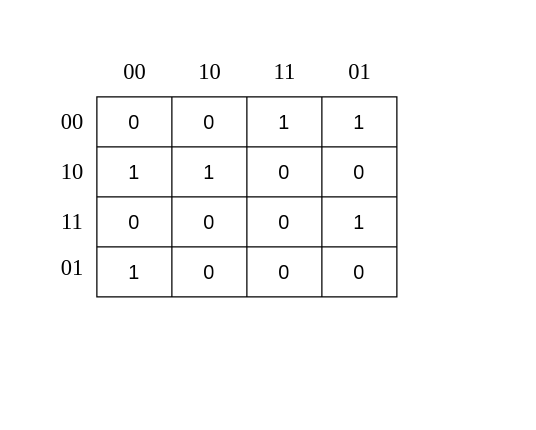
Above: page "6-8" (12 of 13) of exercise/chapter6/chapter6.drawio in Zebray03/discrete-mathematics-structure (draw.io), before the change. Source tidied: cells renumbered, new cells numbered last; positions are measured from the earlier drawing's top-left corner, leaving out a move shared by most shapes. Both pictures are drawn from the tidied source at 125%, with x=0, y=0 at pixel (46, 46).
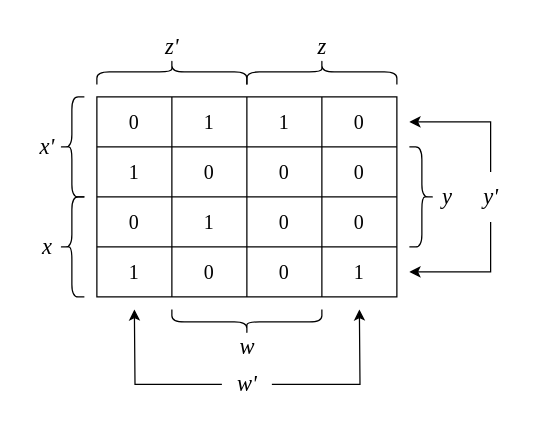
The same page after the edit.

Unchanged cells that the change refers to:
```xml
<mxCell id="3" style="shape=tableRow;horizontal=0;startSize=0;swimlaneHead=0;swimlaneBody=0;strokeColor=inherit;top=0;left=0;bottom=0;right=0;fillColor=none;fontSize=16;" parent="2" vertex="1">
  <mxGeometry width="240" height="40" as="geometry" />
</mxCell>
<mxCell id="8" style="shape=tableRow;horizontal=0;startSize=0;swimlaneHead=0;swimlaneBody=0;strokeColor=inherit;top=0;left=0;bottom=0;right=0;fillColor=none;fontSize=16;" parent="2" vertex="1">
  <mxGeometry y="40" width="240" height="40" as="geometry" />
</mxCell>
<mxCell id="13" style="shape=tableRow;horizontal=0;startSize=0;swimlaneHead=0;swimlaneBody=0;strokeColor=inherit;top=0;left=0;bottom=0;right=0;fillColor=none;fontSize=16;" parent="2" vertex="1">
  <mxGeometry y="80" width="240" height="40" as="geometry" />
</mxCell>
<mxCell id="18" style="shape=tableRow;horizontal=0;startSize=0;swimlaneHead=0;swimlaneBody=0;strokeColor=inherit;top=0;left=0;bottom=0;right=0;fillColor=none;fontSize=16;" parent="2" vertex="1">
  <mxGeometry y="120" width="240" height="40" as="geometry" />
</mxCell>
```

Change to the diagram source:
```diff
@@
-    <mxCell id="4" value="0" style="shape=partialRectangle;html=1;whiteSpace=wrap;strokeColor=inherit;overflow=hidden;fillColor=none;top=0;left=0;bottom=0;right=0;fontSize=16;" parent="3" vertex="1">
+    <mxCell id="4" value="&lt;font face=&quot;Times New Roman&quot;&gt;0&lt;/font&gt;" style="shape=partialRectangle;html=1;whiteSpace=wrap;strokeColor=inherit;overflow=hidden;fillColor=none;top=0;left=0;bottom=0;right=0;fontSize=16;" parent="3" vertex="1">
       <mxGeometry width="60" height="40" as="geometry" />
     </mxCell>
-    <mxCell id="5" value="0" style="shape=partialRectangle;html=1;whiteSpace=wrap;strokeColor=inherit;overflow=hidden;fillColor=none;top=0;left=0;bottom=0;right=0;fontSize=16;" parent="3" vertex="1">
+    <mxCell id="5" value="&lt;font face=&quot;Times New Roman&quot;&gt;1&lt;/font&gt;" style="shape=partialRectangle;html=1;whiteSpace=wrap;strokeColor=inherit;overflow=hidden;fillColor=none;top=0;left=0;bottom=0;right=0;fontSize=16;" parent="3" vertex="1">
       <mxGeometry x="60" width="60" height="40" as="geometry" />
     </mxCell>
-    <mxCell id="6" value="1" style="shape=partialRectangle;html=1;whiteSpace=wrap;strokeColor=inherit;overflow=hidden;fillColor=none;top=0;left=0;bottom=0;right=0;fontSize=16;" parent="3" vertex="1">
+    <mxCell id="6" value="&lt;font face=&quot;Times New Roman&quot;&gt;1&lt;/font&gt;" style="shape=partialRectangle;html=1;whiteSpace=wrap;strokeColor=inherit;overflow=hidden;fillColor=none;top=0;left=0;bottom=0;right=0;fontSize=16;" parent="3" vertex="1">
       <mxGeometry x="120" width="60" height="40" as="geometry" />
     </mxCell>
-    <mxCell id="7" value="1" style="shape=partialRectangle;html=1;whiteSpace=wrap;strokeColor=inherit;overflow=hidden;fillColor=none;top=0;left=0;bottom=0;right=0;fontSize=16;" parent="3" vertex="1">
+    <mxCell id="7" value="&lt;font face=&quot;Times New Roman&quot;&gt;0&lt;/font&gt;" style="shape=partialRectangle;html=1;whiteSpace=wrap;strokeColor=inherit;overflow=hidden;fillColor=none;top=0;left=0;bottom=0;right=0;fontSize=16;" parent="3" vertex="1">
       <mxGeometry x="180" width="60" height="40" as="geometry" />
     </mxCell>
@@
-    <mxCell id="9" value="1" style="shape=partialRectangle;html=1;whiteSpace=wrap;strokeColor=inherit;overflow=hidden;fillColor=none;top=0;left=0;bottom=0;right=0;fontSize=16;" parent="8" vertex="1">
+    <mxCell id="9" value="&lt;font face=&quot;Times New Roman&quot;&gt;1&lt;/font&gt;" style="shape=partialRectangle;html=1;whiteSpace=wrap;strokeColor=inherit;overflow=hidden;fillColor=none;top=0;left=0;bottom=0;right=0;fontSize=16;" parent="8" vertex="1">
       <mxGeometry width="60" height="40" as="geometry" />
     </mxCell>
-    <mxCell id="10" value="1" style="shape=partialRectangle;html=1;whiteSpace=wrap;strokeColor=inherit;overflow=hidden;fillColor=none;top=0;left=0;bottom=0;right=0;fontSize=16;" parent="8" vertex="1">
+    <mxCell id="10" value="&lt;font face=&quot;Times New Roman&quot;&gt;0&lt;/font&gt;" style="shape=partialRectangle;html=1;whiteSpace=wrap;strokeColor=inherit;overflow=hidden;fillColor=none;top=0;left=0;bottom=0;right=0;fontSize=16;" parent="8" vertex="1">
       <mxGeometry x="60" width="60" height="40" as="geometry" />
     </mxCell>
-    <mxCell id="11" value="0" style="shape=partialRectangle;html=1;whiteSpace=wrap;strokeColor=inherit;overflow=hidden;fillColor=none;top=0;left=0;bottom=0;right=0;fontSize=16;" parent="8" vertex="1">
+    <mxCell id="11" value="&lt;font face=&quot;Times New Roman&quot;&gt;0&lt;/font&gt;" style="shape=partialRectangle;html=1;whiteSpace=wrap;strokeColor=inherit;overflow=hidden;fillColor=none;top=0;left=0;bottom=0;right=0;fontSize=16;" parent="8" vertex="1">
       <mxGeometry x="120" width="60" height="40" as="geometry" />
     </mxCell>
-    <mxCell id="12" value="0" style="shape=partialRectangle;html=1;whiteSpace=wrap;strokeColor=inherit;overflow=hidden;fillColor=none;top=0;left=0;bottom=0;right=0;fontSize=16;" parent="8" vertex="1">
+    <mxCell id="12" value="&lt;font face=&quot;Times New Roman&quot;&gt;0&lt;/font&gt;" style="shape=partialRectangle;html=1;whiteSpace=wrap;strokeColor=inherit;overflow=hidden;fillColor=none;top=0;left=0;bottom=0;right=0;fontSize=16;" parent="8" vertex="1">
       <mxGeometry x="180" width="60" height="40" as="geometry" />
     </mxCell>
@@
-    <mxCell id="14" value="0" style="shape=partialRectangle;html=1;whiteSpace=wrap;strokeColor=inherit;overflow=hidden;fillColor=none;top=0;left=0;bottom=0;right=0;fontSize=16;" parent="13" vertex="1">
+    <mxCell id="14" value="&lt;font face=&quot;Times New Roman&quot;&gt;0&lt;/font&gt;" style="shape=partialRectangle;html=1;whiteSpace=wrap;strokeColor=inherit;overflow=hidden;fillColor=none;top=0;left=0;bottom=0;right=0;fontSize=16;" parent="13" vertex="1">
       <mxGeometry width="60" height="40" as="geometry" />
     </mxCell>
-    <mxCell id="15" value="0" style="shape=partialRectangle;html=1;whiteSpace=wrap;strokeColor=inherit;overflow=hidden;fillColor=none;top=0;left=0;bottom=0;right=0;fontSize=16;" parent="13" vertex="1">
+    <mxCell id="15" value="&lt;font face=&quot;Times New Roman&quot;&gt;1&lt;/font&gt;" style="shape=partialRectangle;html=1;whiteSpace=wrap;strokeColor=inherit;overflow=hidden;fillColor=none;top=0;left=0;bottom=0;right=0;fontSize=16;" parent="13" vertex="1">
       <mxGeometry x="60" width="60" height="40" as="geometry" />
     </mxCell>
-    <mxCell id="16" value="0" style="shape=partialRectangle;html=1;whiteSpace=wrap;strokeColor=inherit;overflow=hidden;fillColor=none;top=0;left=0;bottom=0;right=0;fontSize=16;" parent="13" vertex="1">
+    <mxCell id="16" value="&lt;font face=&quot;Times New Roman&quot;&gt;0&lt;/font&gt;" style="shape=partialRectangle;html=1;whiteSpace=wrap;strokeColor=inherit;overflow=hidden;fillColor=none;top=0;left=0;bottom=0;right=0;fontSize=16;" parent="13" vertex="1">
       <mxGeometry x="120" width="60" height="40" as="geometry" />
     </mxCell>
-    <mxCell id="17" value="1" style="shape=partialRectangle;html=1;whiteSpace=wrap;strokeColor=inherit;overflow=hidden;fillColor=none;top=0;left=0;bottom=0;right=0;fontSize=16;" parent="13" vertex="1">
+    <mxCell id="17" value="&lt;font face=&quot;Times New Roman&quot;&gt;0&lt;/font&gt;" style="shape=partialRectangle;html=1;whiteSpace=wrap;strokeColor=inherit;overflow=hidden;fillColor=none;top=0;left=0;bottom=0;right=0;fontSize=16;" parent="13" vertex="1">
       <mxGeometry x="180" width="60" height="40" as="geometry" />
     </mxCell>
@@
-    <mxCell id="19" value="1" style="shape=partialRectangle;html=1;whiteSpace=wrap;strokeColor=inherit;overflow=hidden;fillColor=none;top=0;left=0;bottom=0;right=0;fontSize=16;" parent="18" vertex="1">
+    <mxCell id="19" value="&lt;font face=&quot;Times New Roman&quot;&gt;1&lt;/font&gt;" style="shape=partialRectangle;html=1;whiteSpace=wrap;strokeColor=inherit;overflow=hidden;fillColor=none;top=0;left=0;bottom=0;right=0;fontSize=16;" parent="18" vertex="1">
       <mxGeometry width="60" height="40" as="geometry" />
     </mxCell>
-    <mxCell id="20" value="0" style="shape=partialRectangle;html=1;whiteSpace=wrap;strokeColor=inherit;overflow=hidden;fillColor=none;top=0;left=0;bottom=0;right=0;fontSize=16;" parent="18" vertex="1">
+    <mxCell id="20" value="&lt;font face=&quot;Times New Roman&quot;&gt;0&lt;/font&gt;" style="shape=partialRectangle;html=1;whiteSpace=wrap;strokeColor=inherit;overflow=hidden;fillColor=none;top=0;left=0;bottom=0;right=0;fontSize=16;" parent="18" vertex="1">
       <mxGeometry x="60" width="60" height="40" as="geometry" />
     </mxCell>
-    <mxCell id="21" value="0" style="shape=partialRectangle;html=1;whiteSpace=wrap;strokeColor=inherit;overflow=hidden;fillColor=none;top=0;left=0;bottom=0;right=0;fontSize=16;" parent="18" vertex="1">
+    <mxCell id="21" value="&lt;font face=&quot;Times New Roman&quot;&gt;0&lt;/font&gt;" style="shape=partialRectangle;html=1;whiteSpace=wrap;strokeColor=inherit;overflow=hidden;fillColor=none;top=0;left=0;bottom=0;right=0;fontSize=16;" parent="18" vertex="1">
       <mxGeometry x="120" width="60" height="40" as="geometry" />
     </mxCell>
-    <mxCell id="22" value="0" style="shape=partialRectangle;html=1;whiteSpace=wrap;strokeColor=inherit;overflow=hidden;fillColor=none;top=0;left=0;bottom=0;right=0;fontSize=16;" parent="18" vertex="1">
+    <mxCell id="22" value="&lt;font face=&quot;Times New Roman&quot;&gt;1&lt;/font&gt;" style="shape=partialRectangle;html=1;whiteSpace=wrap;strokeColor=inherit;overflow=hidden;fillColor=none;top=0;left=0;bottom=0;right=0;fontSize=16;" parent="18" vertex="1">
       <mxGeometry x="180" width="60" height="40" as="geometry" />
     </mxCell>
-    <mxCell id="23" value="&lt;span style=&quot;font-family: &amp;quot;Times New Roman&amp;quot;; font-size: 18px;&quot;&gt;00&lt;/span&gt;" style="text;html=1;align=center;verticalAlign=middle;strokeColor=none;fillColor=none;" parent="1" vertex="1">
-      <mxGeometry y="40" width="40" height="40" as="geometry" />
-    </mxCell>
-    <mxCell id="24" value="&lt;span style=&quot;font-family: &amp;quot;Times New Roman&amp;quot;; font-size: 18px;&quot;&gt;10&lt;/span&gt;" style="text;html=1;align=center;verticalAlign=middle;strokeColor=none;fillColor=none;" parent="1" vertex="1">
-      <mxGeometry y="80" width="40" height="40" as="geometry" />
-    </mxCell>
-    <mxCell id="25" value="&lt;span style=&quot;font-family: &amp;quot;Times New Roman&amp;quot;; font-size: 18px;&quot;&gt;11&lt;/span&gt;" style="text;html=1;align=center;verticalAlign=middle;strokeColor=none;fillColor=none;" parent="1" vertex="1">
-      <mxGeometry y="120" width="40" height="40" as="geometry" />
-    </mxCell>
-    <mxCell id="26" value="&lt;span style=&quot;font-family: &amp;quot;Times New Roman&amp;quot;; font-size: 18px;&quot;&gt;01&lt;/span&gt;" style="text;html=1;align=center;verticalAlign=middle;strokeColor=none;fillColor=none;" parent="1" vertex="1">
-      <mxGeometry y="157" width="40" height="40" as="geometry" />
-    </mxCell>
-    <mxCell id="27" value="&lt;span style=&quot;font-family: &amp;quot;Times New Roman&amp;quot;; font-size: 18px;&quot;&gt;00&lt;/span&gt;" style="text;html=1;align=center;verticalAlign=middle;strokeColor=none;fillColor=none;" parent="1" vertex="1">
-      <mxGeometry x="50" width="40" height="40" as="geometry" />
-    </mxCell>
-    <mxCell id="28" value="&lt;span style=&quot;font-family: &amp;quot;Times New Roman&amp;quot;; font-size: 18px;&quot;&gt;10&lt;/span&gt;" style="text;html=1;align=center;verticalAlign=middle;strokeColor=none;fillColor=none;" parent="1" vertex="1">
-      <mxGeometry x="110" width="40" height="40" as="geometry" />
-    </mxCell>
-    <mxCell id="29" value="&lt;span style=&quot;font-family: &amp;quot;Times New Roman&amp;quot;; font-size: 18px;&quot;&gt;11&lt;/span&gt;" style="text;html=1;align=center;verticalAlign=middle;strokeColor=none;fillColor=none;" parent="1" vertex="1">
-      <mxGeometry x="170" width="40" height="40" as="geometry" />
-    </mxCell>
-    <mxCell id="30" value="&lt;span style=&quot;font-family: &amp;quot;Times New Roman&amp;quot;; font-size: 18px;&quot;&gt;01&lt;/span&gt;" style="text;html=1;align=center;verticalAlign=middle;strokeColor=none;fillColor=none;" parent="1" vertex="1">
-      <mxGeometry x="230" width="40" height="40" as="geometry" />
-    </mxCell>
+    <mxCell id="31" style="shape=curlyBracket;whiteSpace=wrap;html=1;rounded=1;labelPosition=left;verticalLabelPosition=middle;align=right;verticalAlign=middle;" parent="1" vertex="1">
+      <mxGeometry x="10" y="40" width="20" height="80" as="geometry" />
+    </mxCell>
+    <mxCell id="32" value="&lt;font face=&quot;Times New Roman&quot; style=&quot;font-size: 18px;&quot;&gt;&lt;i style=&quot;&quot;&gt;x'&lt;/i&gt;&lt;/font&gt;" style="text;html=1;align=center;verticalAlign=middle;strokeColor=none;fillColor=none;" parent="1" vertex="1">
+      <mxGeometry x="-20" y="60" width="40" height="40" as="geometry" />
+    </mxCell>
+    <mxCell id="33" style="shape=curlyBracket;whiteSpace=wrap;html=1;rounded=1;labelPosition=left;verticalLabelPosition=middle;align=right;verticalAlign=middle;" parent="1" vertex="1">
+      <mxGeometry x="10" y="120" width="20" height="80" as="geometry" />
+    </mxCell>
+    <mxCell id="34" value="&lt;font face=&quot;Times New Roman&quot; style=&quot;font-size: 18px;&quot;&gt;&lt;i style=&quot;&quot;&gt;x&lt;/i&gt;&lt;/font&gt;" style="text;html=1;align=center;verticalAlign=middle;strokeColor=none;fillColor=none;" parent="1" vertex="1">
+      <mxGeometry x="-15" y="140" width="30" height="40" as="geometry" />
+    </mxCell>
+    <mxCell id="35" style="shape=curlyBracket;whiteSpace=wrap;html=1;rounded=1;labelPosition=left;verticalLabelPosition=middle;align=right;verticalAlign=middle;direction=south;" parent="1" vertex="1">
+      <mxGeometry x="40" y="10" width="120" height="20" as="geometry" />
+    </mxCell>
+    <mxCell id="36" style="shape=curlyBracket;whiteSpace=wrap;html=1;rounded=1;labelPosition=left;verticalLabelPosition=middle;align=right;verticalAlign=middle;direction=south;" parent="1" vertex="1">
+      <mxGeometry x="160" y="10" width="120" height="20" as="geometry" />
+    </mxCell>
+    <mxCell id="37" value="&lt;font face=&quot;Times New Roman&quot; style=&quot;font-size: 18px;&quot;&gt;&lt;i style=&quot;&quot;&gt;z'&lt;/i&gt;&lt;/font&gt;" style="text;html=1;align=center;verticalAlign=middle;strokeColor=none;fillColor=none;" parent="1" vertex="1">
+      <mxGeometry x="85" y="-20" width="30" height="40" as="geometry" />
+    </mxCell>
+    <mxCell id="38" value="&lt;font face=&quot;Times New Roman&quot; style=&quot;font-size: 18px;&quot;&gt;&lt;i style=&quot;&quot;&gt;z&lt;/i&gt;&lt;/font&gt;" style="text;html=1;align=center;verticalAlign=middle;strokeColor=none;fillColor=none;" parent="1" vertex="1">
+      <mxGeometry x="205" y="-20" width="30" height="40" as="geometry" />
+    </mxCell>
+    <mxCell id="39" style="shape=curlyBracket;whiteSpace=wrap;html=1;rounded=1;flipH=1;labelPosition=right;verticalLabelPosition=middle;align=left;verticalAlign=middle;" parent="1" vertex="1">
+      <mxGeometry x="290" y="80" width="20" height="80" as="geometry" />
+    </mxCell>
+    <mxCell id="40" value="&lt;font face=&quot;Times New Roman&quot; style=&quot;font-size: 18px;&quot;&gt;&lt;i style=&quot;&quot;&gt;y&lt;/i&gt;&lt;/font&gt;" style="text;html=1;align=center;verticalAlign=middle;strokeColor=none;fillColor=none;" parent="1" vertex="1">
+      <mxGeometry x="305" y="100" width="30" height="40" as="geometry" />
+    </mxCell>
+    <mxCell id="41" style="shape=curlyBracket;whiteSpace=wrap;html=1;rounded=1;labelPosition=left;verticalLabelPosition=middle;align=right;verticalAlign=middle;rotation=-90;" parent="1" vertex="1">
+      <mxGeometry x="150" y="160" width="20" height="120" as="geometry" />
+    </mxCell>
+    <mxCell id="42" value="&lt;font face=&quot;Times New Roman&quot;&gt;&lt;span style=&quot;font-size: 18px;&quot;&gt;&lt;i&gt;w&lt;/i&gt;&lt;/span&gt;&lt;/font&gt;" style="text;html=1;align=center;verticalAlign=middle;strokeColor=none;fillColor=none;" parent="1" vertex="1">
+      <mxGeometry x="140" y="220" width="40" height="40" as="geometry" />
+    </mxCell>
+    <mxCell id="43" style="edgeStyle=orthogonalEdgeStyle;rounded=0;jettySize=auto;html=1;" parent="1" edge="1" source="45">
+      <mxGeometry relative="1" as="geometry">
+        <mxPoint x="250" y="210" as="targetPoint" />
+      </mxGeometry>
+    </mxCell>
+    <mxCell id="44" style="edgeStyle=orthogonalEdgeStyle;rounded=0;jettySize=auto;html=1;" parent="1" edge="1" source="45">
+      <mxGeometry relative="1" as="geometry">
+        <mxPoint x="70" y="210" as="targetPoint" />
+      </mxGeometry>
+    </mxCell>
+    <mxCell id="45" value="&lt;font face=&quot;Times New Roman&quot;&gt;&lt;span style=&quot;font-size: 18px;&quot;&gt;&lt;i&gt;w'&lt;/i&gt;&lt;/span&gt;&lt;/font&gt;" style="text;html=1;align=center;verticalAlign=middle;points=[];strokeColor=none;fillColor=none;" parent="1" vertex="1">
+      <mxGeometry x="140" y="250" width="40" height="40" as="geometry" />
+    </mxCell>
+    <mxCell id="46" style="edgeStyle=orthogonalEdgeStyle;rounded=0;jettySize=auto;html=1;" parent="1" edge="1" source="48">
+      <mxGeometry relative="1" as="geometry">
+        <mxPoint x="290" y="60" as="targetPoint" />
+        <Array as="points">
+          <mxPoint x="355" y="60" />
+        </Array>
+      </mxGeometry>
+    </mxCell>
+    <mxCell id="47" style="edgeStyle=orthogonalEdgeStyle;rounded=0;jettySize=auto;html=1;" parent="1" edge="1" source="48">
+      <mxGeometry relative="1" as="geometry">
+        <mxPoint x="290" y="180" as="targetPoint" />
+        <Array as="points">
+          <mxPoint x="355" y="180" />
+        </Array>
+      </mxGeometry>
+    </mxCell>
+    <mxCell id="48" value="&lt;font face=&quot;Times New Roman&quot; style=&quot;font-size: 18px;&quot;&gt;&lt;i style=&quot;&quot;&gt;y'&lt;/i&gt;&lt;/font&gt;" style="text;html=1;align=center;verticalAlign=middle;points=[];strokeColor=none;fillColor=none;" parent="1" vertex="1">
+      <mxGeometry x="335" y="100" width="40" height="40" as="geometry" />
+    </mxCell>
```
